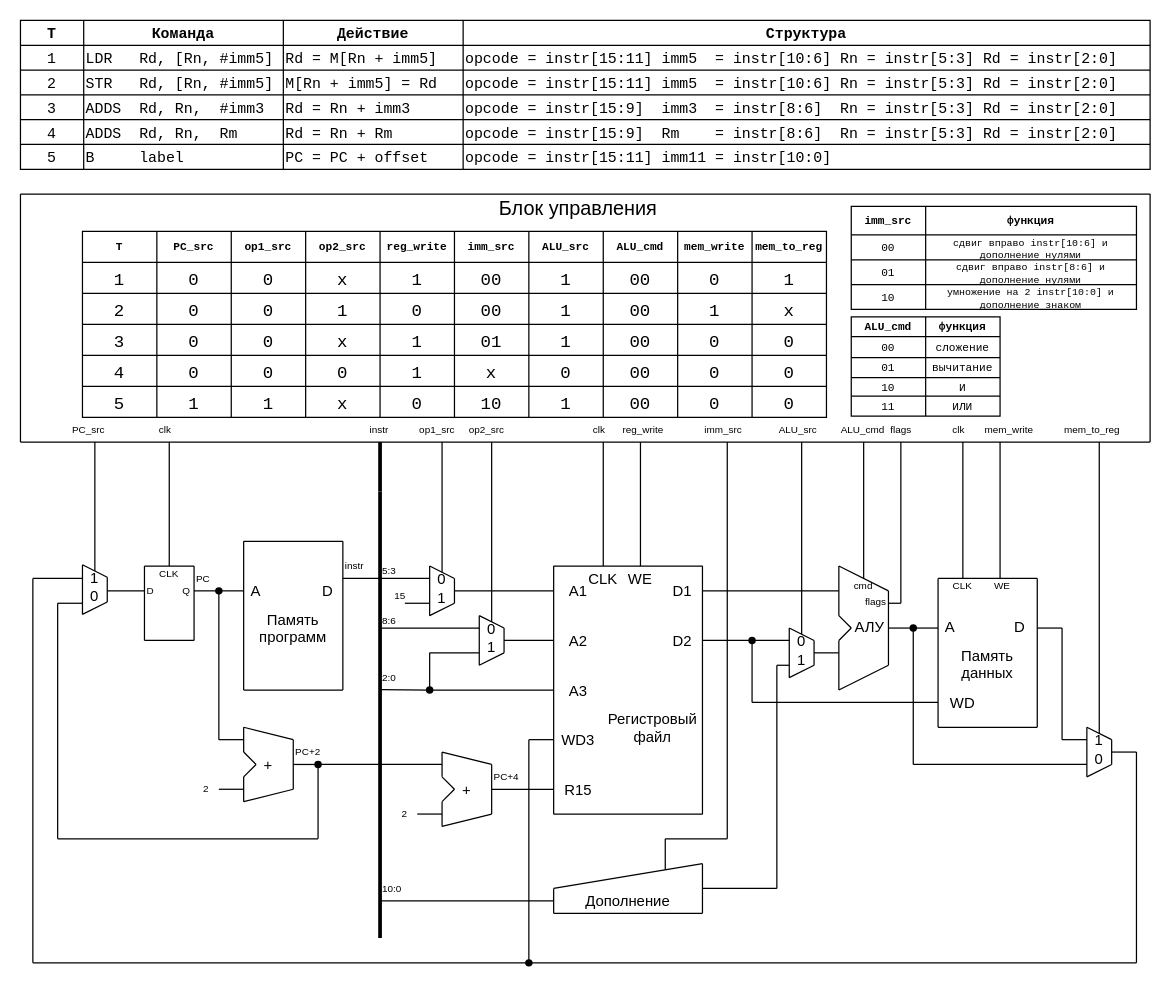
The draw.io diagram page "General" (1 of 6) of img/cortex-m0.drawio in smirnovalnik/microprocessor-units-course, before the edit. Source tidied: cells renumbered, new cells numbered last; positions are measured from the earlier drawing's top-left corner, leaving out a move shared by most shapes. Both pictures are drawn from the tidied source at 124%, with x=0, y=0 at pixel (20, 20).
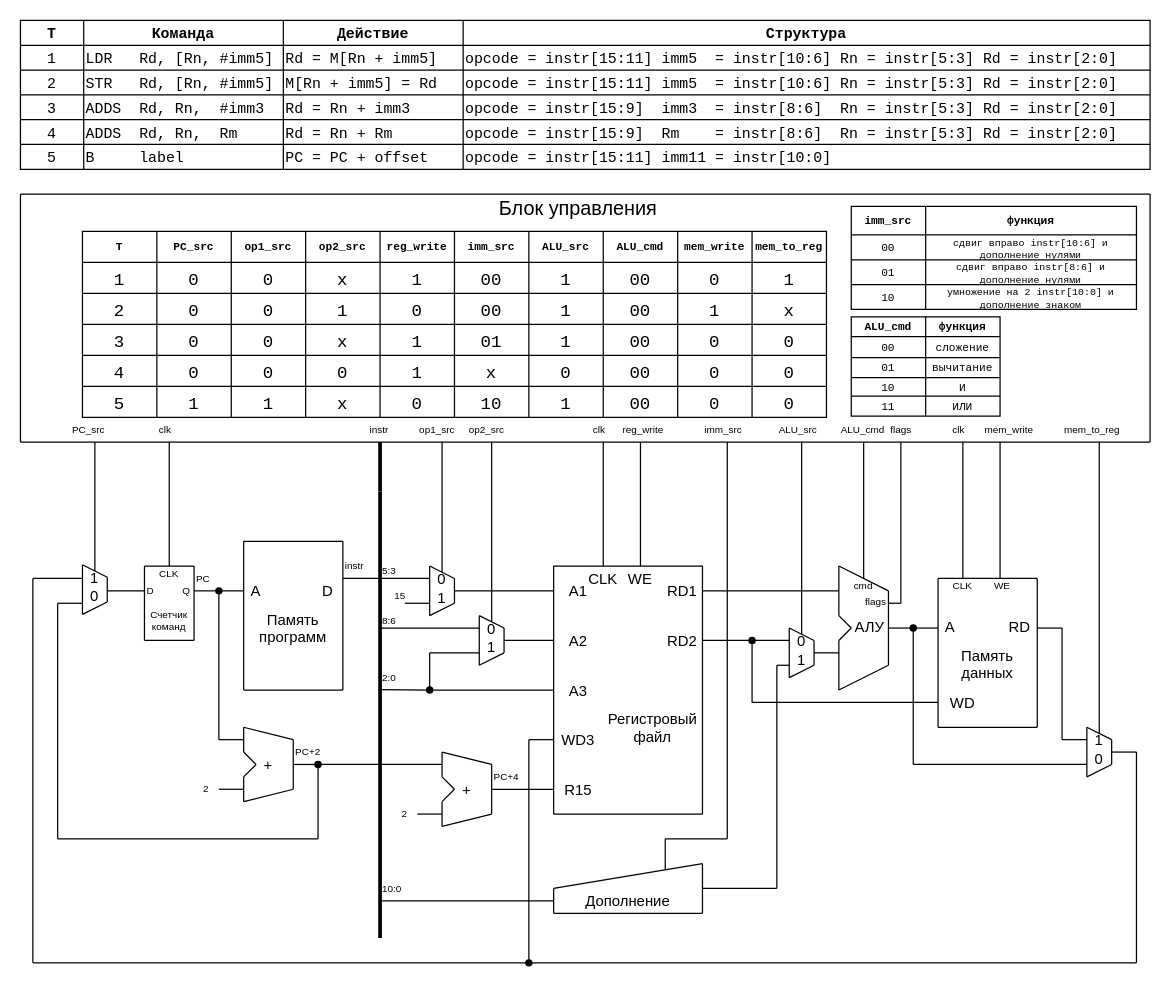
After the change.

What changed in the source:
```diff
@@
-    <mxCell id="18" value="D1" style="text;strokeColor=none;fillColor=none;align=center;verticalAlign=middle;rounded=0;" parent="1" vertex="1">
+    <mxCell id="18" value="RD1" style="text;strokeColor=none;fillColor=none;align=center;verticalAlign=middle;rounded=0;" parent="1" vertex="1">
       <mxGeometry x="524" y="450" width="20" height="20" as="geometry" />
     </mxCell>
@@
-    <mxCell id="23" value="D2" style="text;strokeColor=none;fillColor=none;align=center;verticalAlign=middle;rounded=0;" parent="1" vertex="1">
+    <mxCell id="23" value="RD2" style="text;strokeColor=none;fillColor=none;align=center;verticalAlign=middle;rounded=0;" parent="1" vertex="1">
       <mxGeometry x="524" y="490" width="20" height="20" as="geometry" />
     </mxCell>
@@
-    <mxCell id="37" value="D" style="text;strokeColor=none;fillColor=none;align=center;verticalAlign=middle;rounded=0;" parent="1" vertex="1">
+    <mxCell id="37" value="RD" style="text;strokeColor=none;fillColor=none;align=center;verticalAlign=middle;rounded=0;" parent="1" vertex="1">
       <mxGeometry x="796" y="479" width="20" height="20" as="geometry" />
     </mxCell>
@@
+    <mxCell id="339" value="Счетчик&#10;команд" style="text;strokeColor=none;fillColor=none;align=center;verticalAlign=middle;rounded=0;fontSize=8;" parent="1" vertex="1">
+      <mxGeometry x="110" y="474" width="20" height="20" as="geometry" />
+    </mxCell>
```
